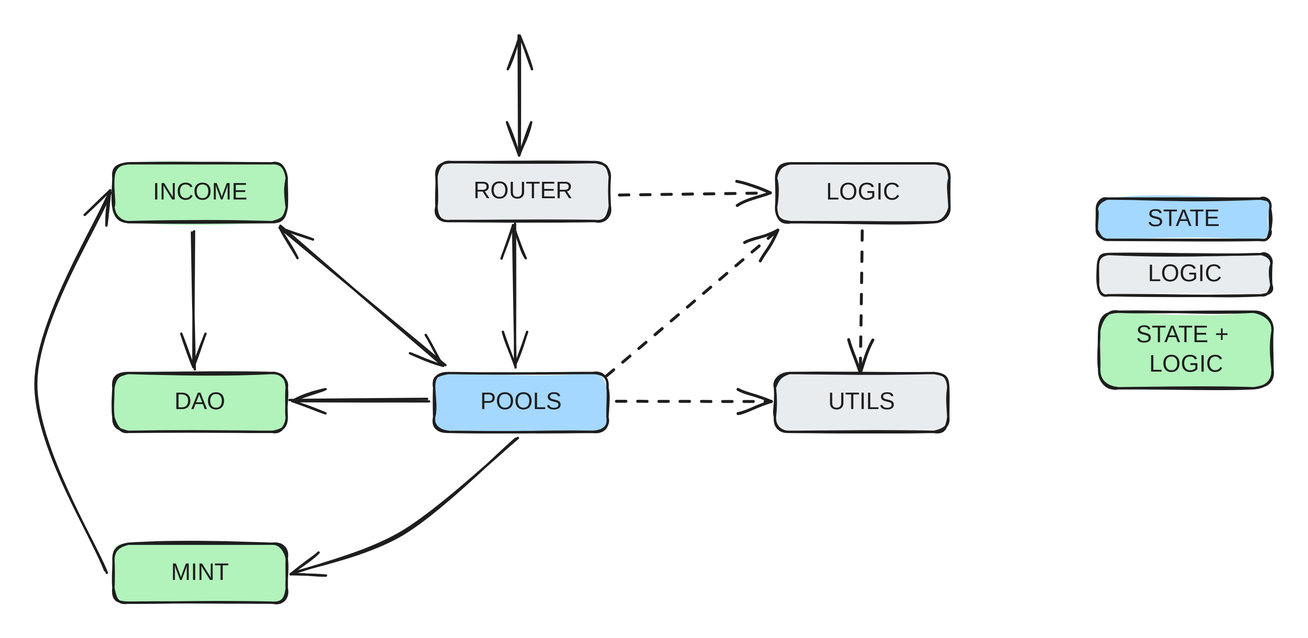
Earlier version of the Excalidraw export .gitbook/assets/file.excalidraw (6).svg (decaswap-labs/docs). Source tidied: one line per element, renumbered; positions are measured from the earlier drawing's top-left corner, leaving out a move shared by most shapes.
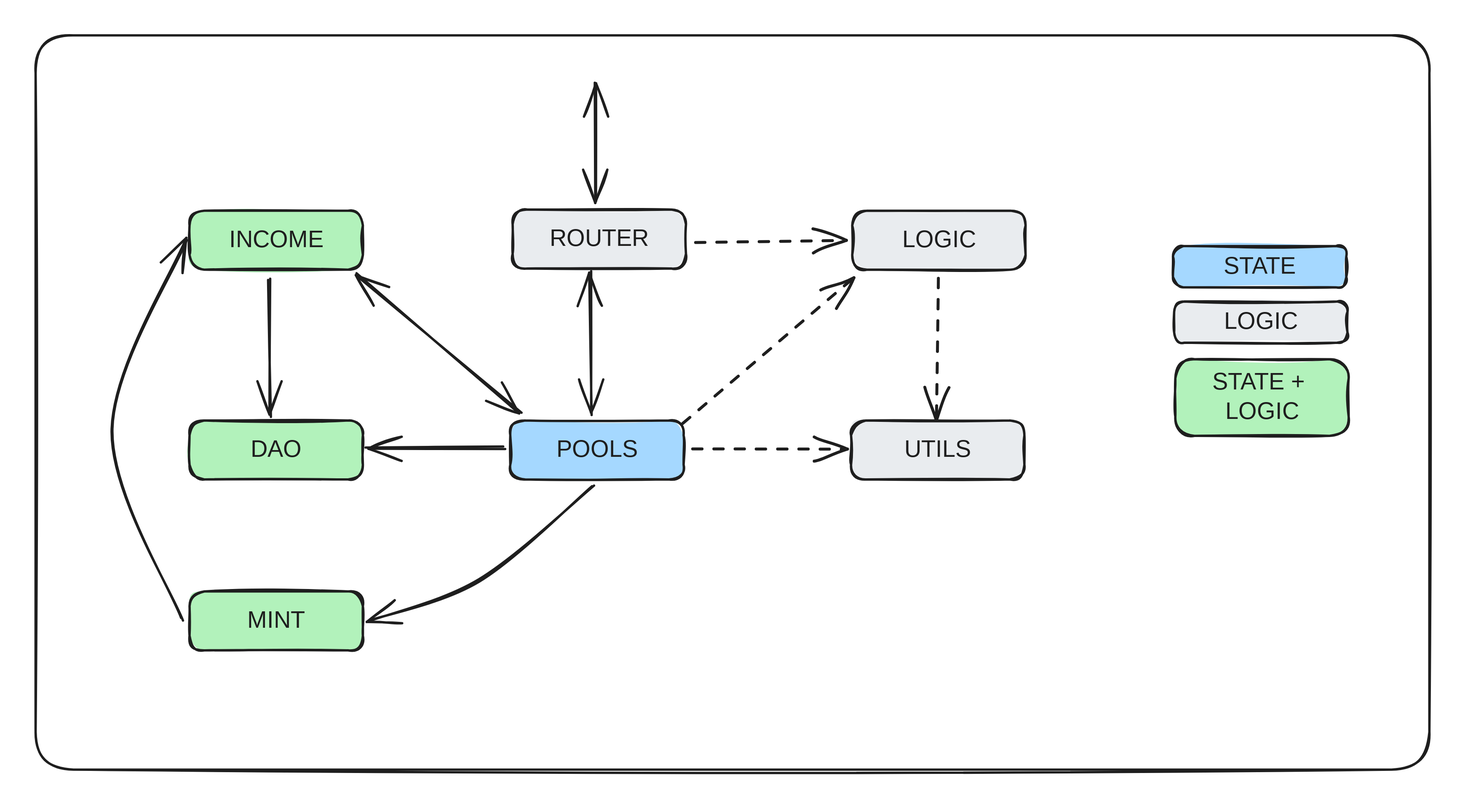
The same file after the commit.

Diff of the diagram source:
```diff
@@ -29,3 +29,4 @@
 {"id": 28, "type": "text", "text": "LOGIC", "strokeColor": "#1e1e1e", "strokeWidth": 2, "roughness": 1, "fontSize": 20, "fontFamily": 1, "textAlign": "center", "verticalAlign": "middle", "inside": 27, "x": 941, "y": 191, "width": 66, "height": 25}
 {"id": 29, "type": "rectangle", "strokeColor": "#1e1e1e", "backgroundColor": "#b2f2bb", "fillStyle": "solid", "strokeWidth": 2, "roughness": 1, "round": true, "x": 902, "y": 235, "width": 147, "height": 65}
 {"id": 30, "type": "text", "text": "STATE + \nLOGIC", "strokeColor": "#1e1e1e", "strokeWidth": 2, "roughness": 1, "fontSize": 20, "fontFamily": 1, "textAlign": "center", "verticalAlign": "middle", "inside": 29, "x": 924, "y": 243, "width": 103, "height": 50}
+{"id": 31, "type": "rectangle", "strokeColor": "#1e1e1e", "strokeWidth": 2, "roughness": 1, "round": true, "x": -65, "y": -40, "width": 1182, "height": 623}
```
